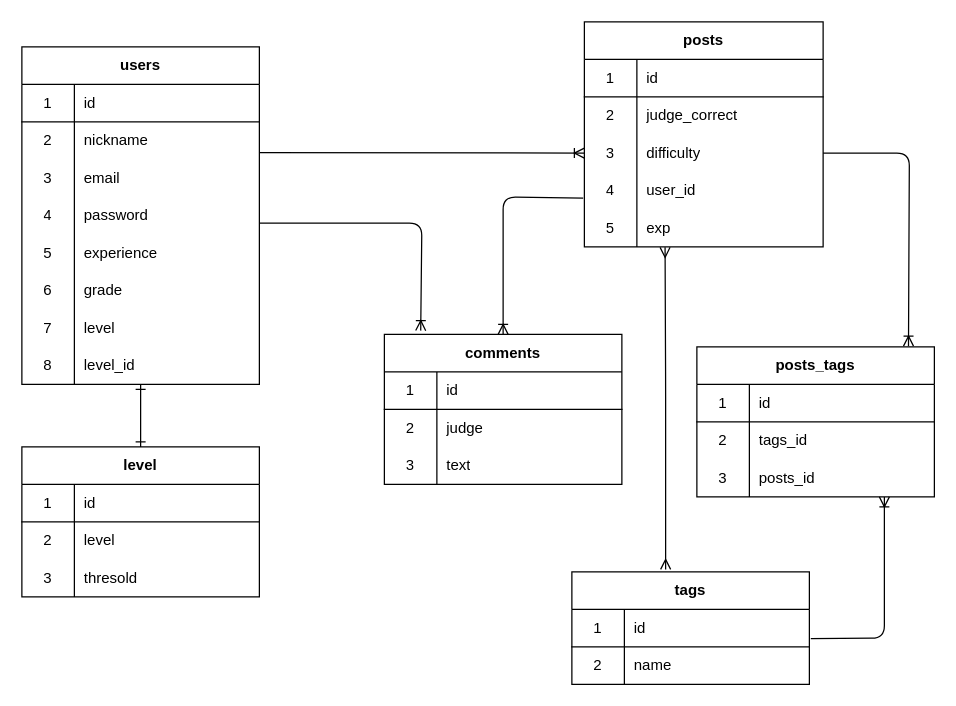
Earlier version of the draw.io diagram db.dio (magatamaamagata/kendo_ippon). Source tidied: cells renumbered, new cells numbered last; positions are measured from the earlier drawing's top-left corner, leaving out a move shared by most shapes. Both pictures are drawn from the tidied source at 125%, with x=0, y=0 at pixel (21, 21).
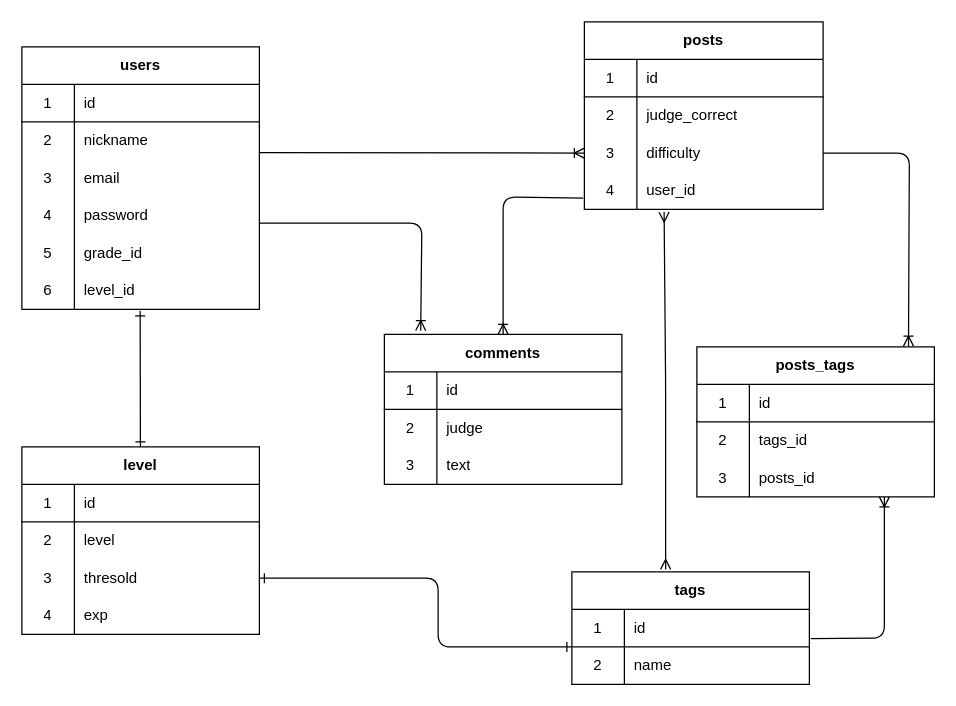
After the change.

Unchanged cells that the change refers to:
```xml
<mxCell id="31" style="shape=partialRectangle;html=1;whiteSpace=wrap;fillColor=none;top=0;left=0;bottom=0;right=0;points=[[0,0.5],[1,0.5]];portConstraint=eastwest;" parent="27" vertex="1">
  <mxGeometry y="60" width="190" height="30" as="geometry" />
</mxCell>
<mxCell id="56" style="shape=partialRectangle;html=1;whiteSpace=wrap;fillColor=none;top=0;left=0;bottom=0;right=0;points=[[0,0.5],[1,0.5]];portConstraint=eastwest;" parent="46" vertex="1">
  <mxGeometry y="120" width="191" height="30" as="geometry" />
</mxCell>
<mxCell id="70" style="shape=partialRectangle;html=1;whiteSpace=wrap;fillColor=none;top=0;left=0;bottom=0;right=0;points=[[0,0.5],[1,0.5]];portConstraint=eastwest;" parent="63" vertex="1">
  <mxGeometry y="90" width="190" height="30" as="geometry" />
</mxCell>
```

The edit, as a diff of the source:
```diff
@@
     <mxCell id="2" value="users" style="shape=table;html=1;whiteSpace=wrap;startSize=30;childLayout=tableLayout;rowLines=0;fontStyle=1;align=center;" parent="1" vertex="1">
-      <mxGeometry y="20" width="190" height="270" as="geometry" />
+      <mxGeometry y="20" width="190" height="210" as="geometry" />
     </mxCell>
@@
-    <mxCell id="15" style="shape=partialRectangle;html=1;whiteSpace=wrap;fillColor=none;top=0;left=0;bottom=0;right=0;" parent="2" vertex="1">
-      <mxGeometry y="150" width="190" height="30" as="geometry" />
-    </mxCell>
-    <mxCell id="16" value="5" style="shape=partialRectangle;html=1;whiteSpace=wrap;fillColor=none;top=0;left=0;bottom=0;right=0;overflow=hidden;" parent="15" vertex="1">
-      <mxGeometry width="42" height="30" as="geometry" />
-    </mxCell>
-    <mxCell id="17" value="experience" style="shape=partialRectangle;html=1;whiteSpace=wrap;fillColor=none;top=0;left=0;bottom=0;right=0;align=left;spacingLeft=6;overflow=hidden;" parent="15" vertex="1">
-      <mxGeometry x="42" width="148" height="30" as="geometry" />
-    </mxCell>
     <mxCell id="18" style="shape=partialRectangle;html=1;whiteSpace=wrap;fillColor=none;top=0;left=0;bottom=0;right=0;" parent="2" vertex="1">
-      <mxGeometry y="180" width="190" height="30" as="geometry" />
+      <mxGeometry y="150" width="190" height="30" as="geometry" />
     </mxCell>
-    <mxCell id="19" value="6" style="shape=partialRectangle;html=1;whiteSpace=wrap;fillColor=none;top=0;left=0;bottom=0;right=0;overflow=hidden;" parent="18" vertex="1">
+    <mxCell id="19" value="5" style="shape=partialRectangle;html=1;whiteSpace=wrap;fillColor=none;top=0;left=0;bottom=0;right=0;overflow=hidden;" parent="18" vertex="1">
       <mxGeometry width="42" height="30" as="geometry" />
     </mxCell>
-    <mxCell id="20" value="grade" style="shape=partialRectangle;html=1;whiteSpace=wrap;fillColor=none;top=0;left=0;bottom=0;right=0;align=left;spacingLeft=6;overflow=hidden;" parent="18" vertex="1">
+    <mxCell id="20" value="grade_id" style="shape=partialRectangle;html=1;whiteSpace=wrap;fillColor=none;top=0;left=0;bottom=0;right=0;align=left;spacingLeft=6;overflow=hidden;" parent="18" vertex="1">
       <mxGeometry x="42" width="148" height="30" as="geometry" />
     </mxCell>
     <mxCell id="21" style="shape=partialRectangle;html=1;whiteSpace=wrap;fillColor=none;top=0;left=0;bottom=0;right=0;points=[[0,0.5],[1,0.5]];portConstraint=eastwest;" parent="2" vertex="1">
-      <mxGeometry y="210" width="190" height="30" as="geometry" />
+      <mxGeometry y="180" width="190" height="30" as="geometry" />
     </mxCell>
-    <mxCell id="22" value="7" style="shape=partialRectangle;html=1;whiteSpace=wrap;fillColor=none;top=0;left=0;bottom=0;right=0;overflow=hidden;" parent="21" vertex="1">
+    <mxCell id="22" value="6" style="shape=partialRectangle;html=1;whiteSpace=wrap;fillColor=none;top=0;left=0;bottom=0;right=0;overflow=hidden;" parent="21" vertex="1">
       <mxGeometry width="42" height="30" as="geometry" />
     </mxCell>
-    <mxCell id="23" value="level" style="shape=partialRectangle;html=1;whiteSpace=wrap;fillColor=none;top=0;left=0;bottom=0;right=0;align=left;spacingLeft=6;overflow=hidden;" parent="21" vertex="1">
+    <mxCell id="23" value="level_id" style="shape=partialRectangle;html=1;whiteSpace=wrap;fillColor=none;top=0;left=0;bottom=0;right=0;align=left;spacingLeft=6;overflow=hidden;" parent="21" vertex="1">
       <mxGeometry x="42" width="148" height="30" as="geometry" />
     </mxCell>
-    <mxCell id="24" style="shape=partialRectangle;html=1;whiteSpace=wrap;fillColor=none;top=0;left=0;bottom=0;right=0;points=[[0,0.5],[1,0.5]];portConstraint=eastwest;" parent="2" vertex="1">
-      <mxGeometry y="240" width="190" height="30" as="geometry" />
-    </mxCell>
-    <mxCell id="25" value="8" style="shape=partialRectangle;html=1;whiteSpace=wrap;fillColor=none;top=0;left=0;bottom=0;right=0;overflow=hidden;" parent="24" vertex="1">
-      <mxGeometry width="42" height="30" as="geometry" />
-    </mxCell>
-    <mxCell id="26" value="level_id" style="shape=partialRectangle;html=1;whiteSpace=wrap;fillColor=none;top=0;left=0;bottom=0;right=0;align=left;spacingLeft=6;overflow=hidden;" parent="24" vertex="1">
-      <mxGeometry x="42" width="148" height="30" as="geometry" />
-    </mxCell>
@@
     <mxCell id="46" value="posts" style="shape=table;html=1;whiteSpace=wrap;startSize=30;childLayout=tableLayout;rowLines=0;fontStyle=1;align=center;" parent="1" vertex="1">
-      <mxGeometry x="450" width="191" height="180" as="geometry" />
+      <mxGeometry x="450" width="191" height="150" as="geometry" />
     </mxCell>
@@
-    <mxCell id="59" style="shape=partialRectangle;html=1;whiteSpace=wrap;fillColor=none;top=0;left=0;bottom=0;right=0;points=[[0,0.5],[1,0.5]];portConstraint=eastwest;" parent="46" vertex="1">
-      <mxGeometry y="150" width="191" height="30" as="geometry" />
-    </mxCell>
-    <mxCell id="60" value="5" style="shape=partialRectangle;html=1;whiteSpace=wrap;fillColor=none;top=0;left=0;bottom=0;right=0;overflow=hidden;" parent="59" vertex="1">
-      <mxGeometry width="42" height="30" as="geometry" />
-    </mxCell>
-    <mxCell id="61" value="exp" style="shape=partialRectangle;html=1;whiteSpace=wrap;fillColor=none;top=0;left=0;bottom=0;right=0;align=left;spacingLeft=6;overflow=hidden;" parent="59" vertex="1">
-      <mxGeometry x="42" width="149" height="30" as="geometry" />
-    </mxCell>
@@
     <mxCell id="63" value="level" style="shape=table;html=1;whiteSpace=wrap;startSize=30;childLayout=tableLayout;rowLines=0;fontStyle=1;align=center;" parent="1" vertex="1">
-      <mxGeometry y="340" width="190" height="120" as="geometry" />
+      <mxGeometry y="340" width="190" height="150" as="geometry" />
     </mxCell>
@@
+    <mxCell id="87" style="shape=partialRectangle;html=1;whiteSpace=wrap;fillColor=none;top=0;left=0;bottom=0;right=0;" parent="63" vertex="1">
+      <mxGeometry y="120" width="190" height="30" as="geometry" />
+    </mxCell>
+    <mxCell id="88" value="4" style="shape=partialRectangle;html=1;whiteSpace=wrap;fillColor=none;top=0;left=0;bottom=0;right=0;overflow=hidden;" parent="87" vertex="1">
+      <mxGeometry width="42" height="30" as="geometry" />
+    </mxCell>
+    <mxCell id="61" value="exp" style="shape=partialRectangle;html=1;whiteSpace=wrap;fillColor=none;top=0;left=0;bottom=0;right=0;align=left;spacingLeft=6;overflow=hidden;" parent="87" vertex="1">
+      <mxGeometry x="42" width="148" height="30" as="geometry" />
+    </mxCell>
@@
-    <mxCell id="85" style="endArrow=ERmany;html=1;endFill=0;entryX=0.338;entryY=1.013;entryDx=0;entryDy=0;entryPerimeter=0;startArrow=ERmany;startFill=0;" parent="1" edge="1" target="59">
+    <mxCell id="85" style="endArrow=ERmany;html=1;endFill=0;entryX=0.334;entryY=1.073;entryDx=0;entryDy=0;entryPerimeter=0;startArrow=ERmany;startFill=0;" parent="1" edge="1" target="56">
       <mxGeometry relative="1" as="geometry">
         <mxPoint x="515" y="438" as="sourcePoint" />
         <Array as="points">
           <mxPoint x="515" y="290" />
         </Array>
       </mxGeometry>
     </mxCell>
-    <mxCell id="86" style="endArrow=ERone;html=1;endFill=0;startArrow=ERone;startFill=0;" parent="1" edge="1" source="24" target="63">
+    <mxCell id="86" style="endArrow=ERone;html=1;endFill=0;startArrow=ERone;startFill=0;exitX=0.498;exitY=1.04;exitDx=0;exitDy=0;exitPerimeter=0;" parent="1" edge="1" source="21" target="63">
       <mxGeometry relative="1" as="geometry" />
     </mxCell>
+    <mxCell id="89" style="endArrow=ERone;html=1;endFill=0;entryX=1;entryY=0.5;entryDx=0;entryDy=0;startArrow=ERone;startFill=0;exitX=0;exitY=0;exitDx=0;exitDy=0;exitPerimeter=0;" parent="1" edge="1" source="31" target="70">
+      <mxGeometry relative="1" as="geometry">
+        <Array as="points">
+          <mxPoint x="333" y="500" />
+          <mxPoint x="333" y="445" />
+        </Array>
+      </mxGeometry>
+    </mxCell>
```
